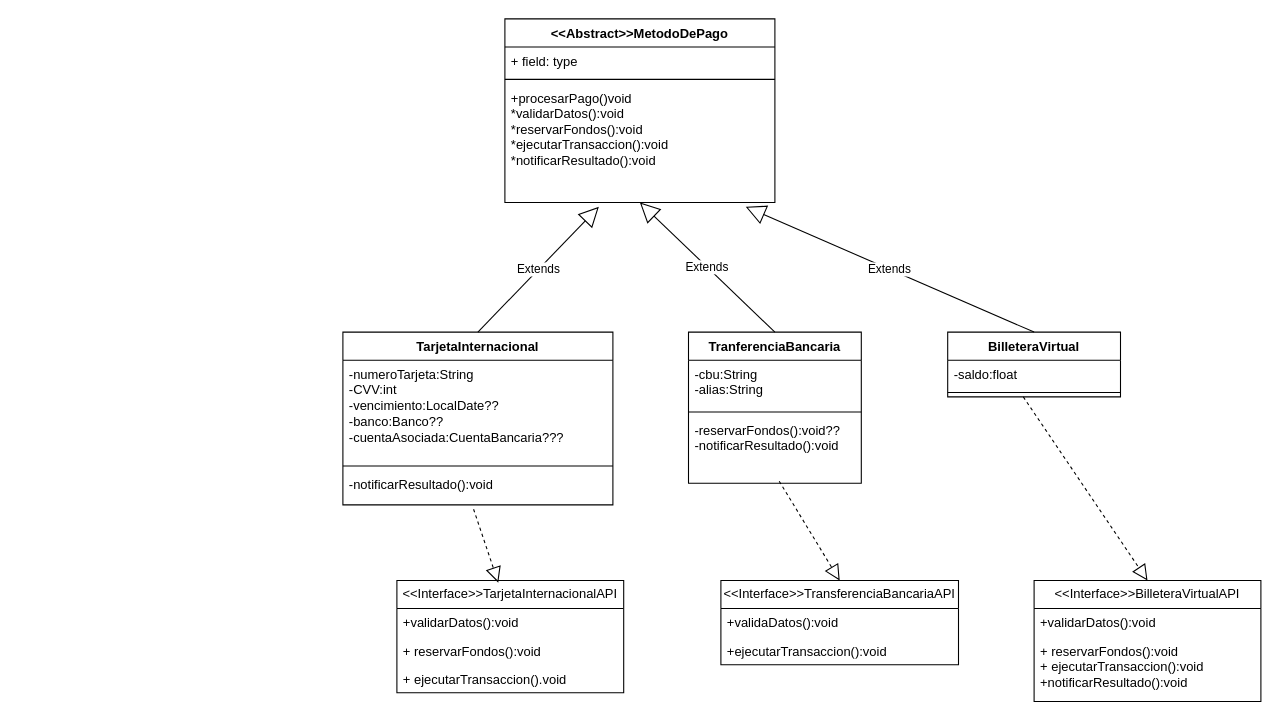
This is UML/2.4 metodos de  pago.drawio from MartinianoOliveto/po2-integrador, a draw.io file, before an edit. Source tidied: cells renumbered, new cells numbered last; positions are measured from the earlier drawing's top-left corner, leaving out a move shared by most shapes. Both pictures are drawn from the tidied source at 108%, with x=0, y=0 at pixel (342, 18).
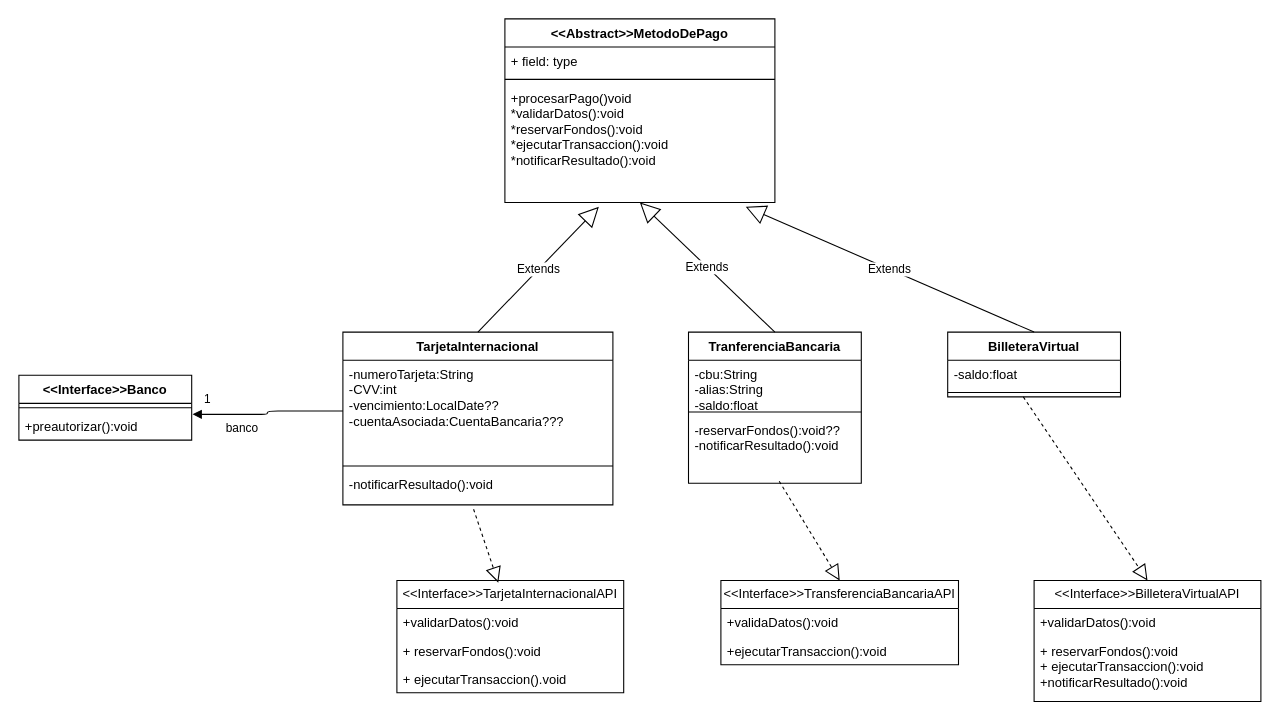
The same page after the edit.

Commit message:
add banco interface

The change refers to these unchanged cells:
```xml
<mxCell id="6" value="TarjetaInternacional" style="swimlane;fontStyle=1;align=center;verticalAlign=top;horizontal=1;startSize=26;whiteSpace=wrap;html=1;" parent="1" vertex="1">
  <mxGeometry y="290" width="250" height="160" as="geometry" />
</mxCell>
<mxCell id="10" value="TranferenciaBancaria" style="swimlane;fontStyle=1;align=center;verticalAlign=top;horizontal=1;startSize=26;whiteSpace=wrap;html=1;" parent="1" vertex="1">
  <mxGeometry x="320" y="290" width="160" height="140" as="geometry" />
</mxCell>
```

What changed in the source:
```diff
@@
-    <mxCell id="7" value="-numeroTarjeta:String&lt;div&gt;-CVV:int&amp;nbsp;&lt;/div&gt;&lt;div&gt;-vencimiento:LocalDate??&lt;/div&gt;&lt;div&gt;-banco:Banco??&lt;/div&gt;&lt;div&gt;-cuentaAsociada:CuentaBancaria???&lt;/div&gt;" style="text;strokeColor=none;fillColor=none;align=left;verticalAlign=top;spacingLeft=4;spacingRight=4;overflow=hidden;points=[[0,0.5],[1,0.5]];portConstraint=eastwest;whiteSpace=wrap;html=1;" parent="6" vertex="1">
+    <mxCell id="7" value="-numeroTarjeta:String&lt;div&gt;-CVV:int&amp;nbsp;&lt;/div&gt;&lt;div&gt;-vencimiento:LocalDate??&lt;/div&gt;&lt;div&gt;-cuentaAsociada:CuentaBancaria???&lt;/div&gt;" style="text;strokeColor=none;fillColor=none;align=left;verticalAlign=top;spacingLeft=4;spacingRight=4;overflow=hidden;points=[[0,0.5],[1,0.5]];portConstraint=eastwest;whiteSpace=wrap;html=1;" parent="6" vertex="1">
       <mxGeometry y="26" width="250" height="94" as="geometry" />
     </mxCell>
@@
-    <mxCell id="11" value="-cbu:String&amp;nbsp;&lt;div&gt;-alias:String&amp;nbsp;&lt;/div&gt;" style="text;strokeColor=none;fillColor=none;align=left;verticalAlign=top;spacingLeft=4;spacingRight=4;overflow=hidden;whiteSpace=wrap;html=1;" parent="10" vertex="1">
+    <mxCell id="11" value="-cbu:String&amp;nbsp;&lt;div&gt;-alias:String&amp;nbsp;&lt;/div&gt;&lt;div&gt;-saldo:float&lt;/div&gt;" style="text;strokeColor=none;fillColor=none;align=left;verticalAlign=top;spacingLeft=4;spacingRight=4;overflow=hidden;whiteSpace=wrap;html=1;" parent="10" vertex="1">
       <mxGeometry y="26" width="160" height="44" as="geometry" />
     </mxCell>
@@
+    <mxCell id="33" value="&amp;lt;&amp;lt;Interface&amp;gt;&amp;gt;Banco" style="swimlane;fontStyle=1;align=center;verticalAlign=top;horizontal=1;startSize=26;whiteSpace=wrap;html=1;" parent="1" vertex="1">
+      <mxGeometry x="-300" y="330" width="160" height="60" as="geometry" />
+    </mxCell>
+    <mxCell id="34" style="line;strokeWidth=1;fillColor=none;align=left;verticalAlign=middle;spacingTop=-1;spacingLeft=3;spacingRight=3;labelPosition=right;strokeColor=inherit;" parent="33" vertex="1">
+      <mxGeometry y="26" width="160" height="8" as="geometry" />
+    </mxCell>
+    <mxCell id="35" value="+preautorizar():void" style="text;strokeColor=none;fillColor=none;align=left;verticalAlign=top;spacingLeft=4;spacingRight=4;overflow=hidden;points=[[0,0.5],[1,0.5]];portConstraint=eastwest;whiteSpace=wrap;html=1;" parent="33" vertex="1">
+      <mxGeometry y="34" width="160" height="26" as="geometry" />
+    </mxCell>
+    <mxCell id="36" value="banco" style="endArrow=block;endFill=1;html=1;edgeStyle=orthogonalEdgeStyle;align=left;verticalAlign=top;exitX=0;exitY=0.5;exitDx=0;exitDy=0;entryX=1.005;entryY=0.083;entryDx=0;entryDy=0;entryPerimeter=0;" parent="1" edge="1" source="7" target="35">
+      <mxGeometry x="0.59" relative="1" as="geometry" />
+    </mxCell>
+    <mxCell id="37" value="1" style="edgeLabel;html=1;align=left;verticalAlign=bottom;" parent="36" vertex="1">
+      <mxGeometry x="-1" relative="1" as="geometry">
+        <mxPoint x="-130" y="-3" as="offset" />
+      </mxGeometry>
+    </mxCell>
```
